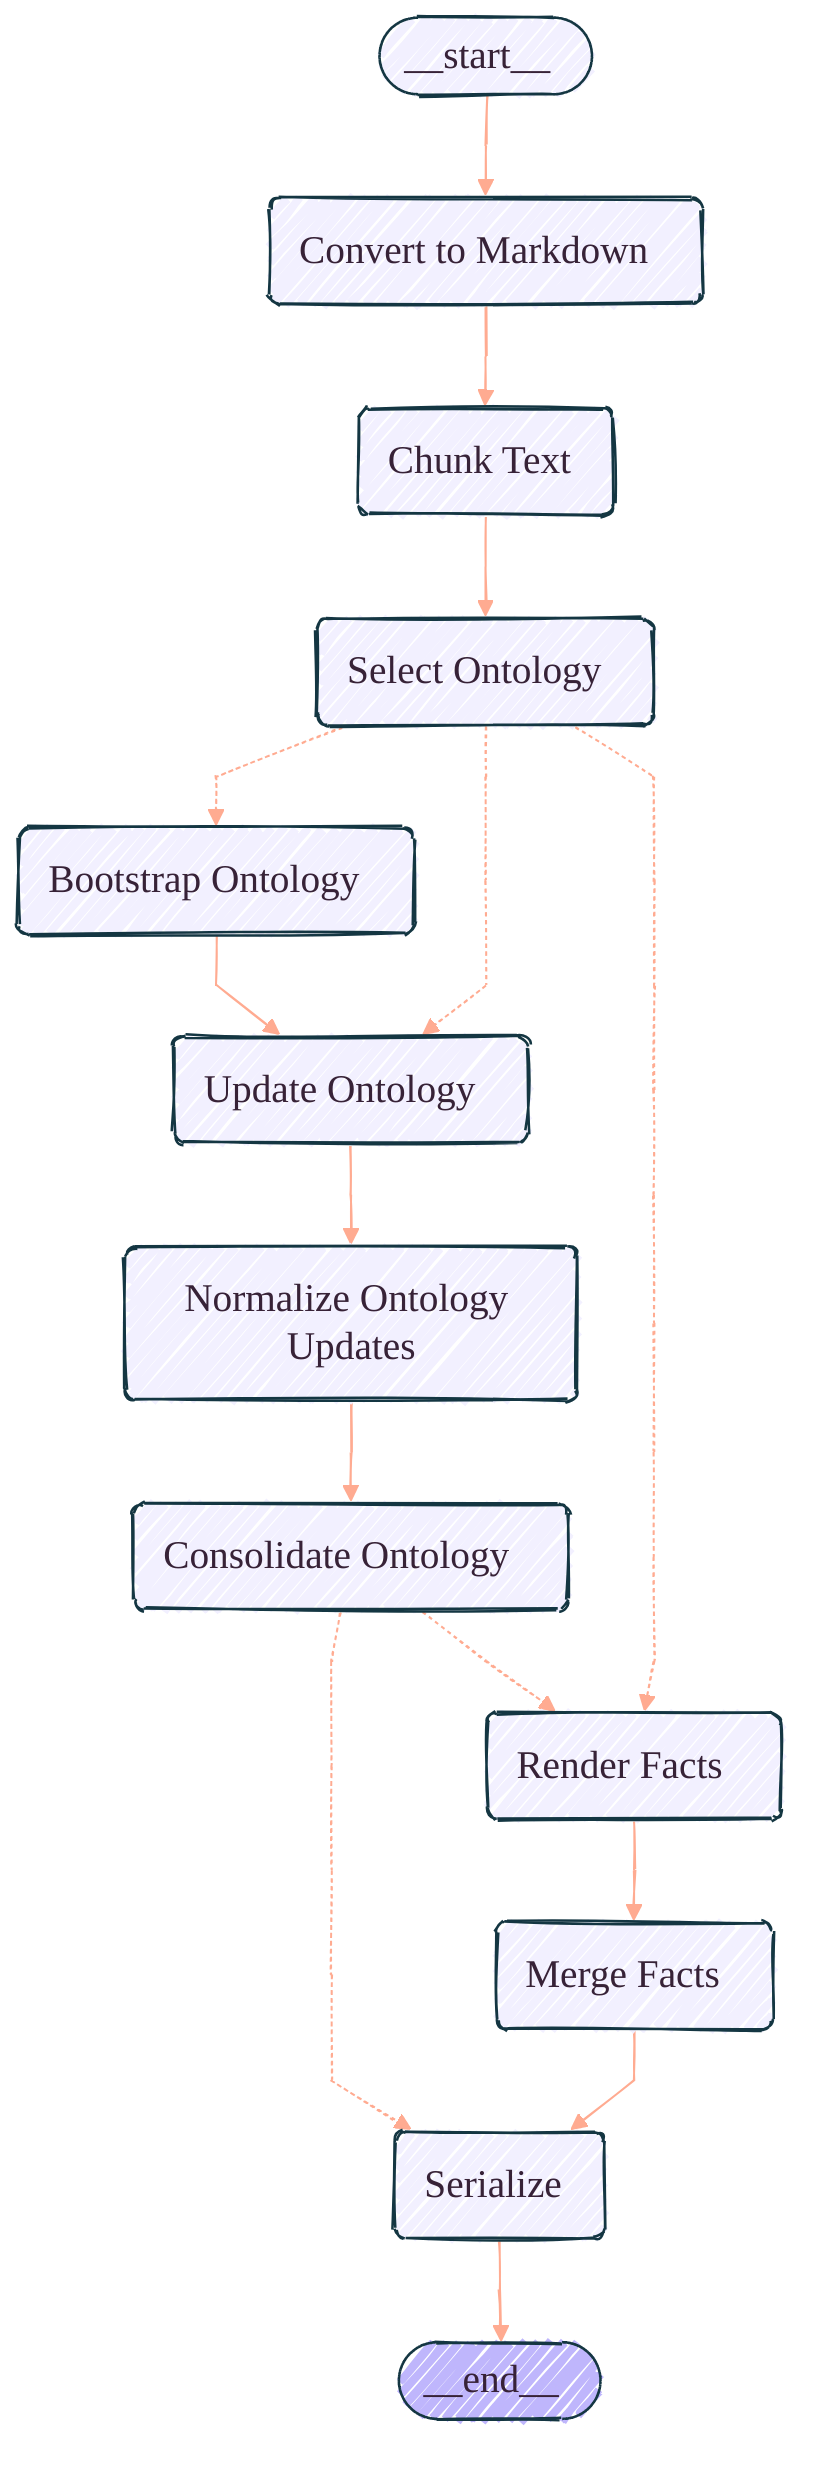
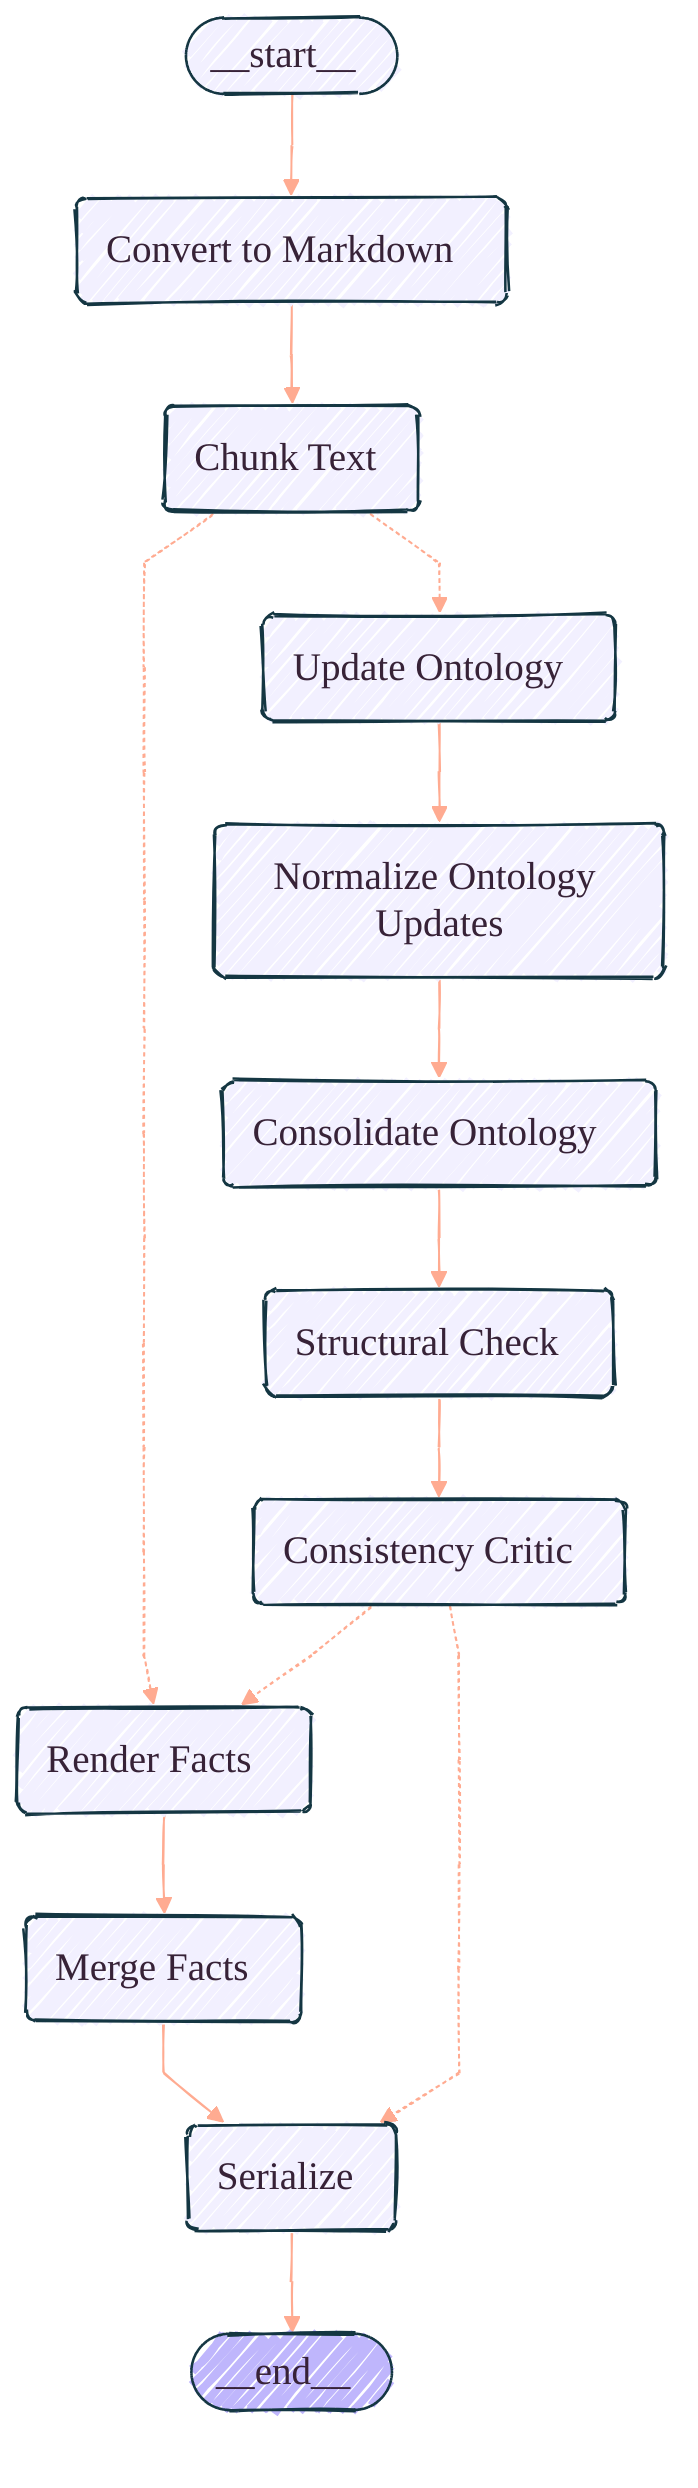
---
config:
  flowchart:
    curve: linear
    htmlLabels: true
    useMaxWidth: true
  look: handDrawn
  theme: base
  themeVariables:
    fontFamily: '''Architects Daughter'', cursive'
    fontSize: 20px
    lineColor: '#FFAB91'
    primaryBorderColor: '#143642'
    primaryColor: '#FFF3E0'
    primaryTextColor: '#372237'
---
graph TD;
	__start__([<p>__start__</p>]):::first
	Convert\20to\20Markdown(Convert to Markdown)
	Chunk\20Text(Chunk Text)
- 	Select\20Ontology(Select Ontology)
- 	Bootstrap\20Ontology(Bootstrap Ontology)
	Update\20Ontology(Update Ontology)
	Normalize\20Ontology\20Updates(Normalize Ontology Updates)
	Consolidate\20Ontology(Consolidate Ontology)
	Render\20Facts(Render Facts)
	Merge\20Facts(Merge Facts)
+ 	Structural\20Check(Structural Check)
+ 	Consistency\20Critic(Consistency Critic)
	Serialize(Serialize)
	__end__([<p>__end__</p>]):::last
- 	Bootstrap\20Ontology --> Update\20Ontology;
- 	Chunk\20Text --> Select\20Ontology;
- 	Consolidate\20Ontology -.-> Render\20Facts;
- 	Consolidate\20Ontology -.-> Serialize;
+ 	Chunk\20Text -.-> Render\20Facts;
+ 	Chunk\20Text -.-> Update\20Ontology;
+ 	Consistency\20Critic -.-> Render\20Facts;
+ 	Consistency\20Critic -.-> Serialize;
+ 	Consolidate\20Ontology --> Structural\20Check;
	Convert\20to\20Markdown --> Chunk\20Text;
	Merge\20Facts --> Serialize;
	Normalize\20Ontology\20Updates --> Consolidate\20Ontology;
	Render\20Facts --> Merge\20Facts;
- 	Select\20Ontology -.-> Bootstrap\20Ontology;
- 	Select\20Ontology -.-> Render\20Facts;
- 	Select\20Ontology -.-> Update\20Ontology;
+ 	Structural\20Check --> Consistency\20Critic;
	Update\20Ontology --> Normalize\20Ontology\20Updates;
	__start__ --> Convert\20to\20Markdown;
	Serialize --> __end__;
	classDef default fill:#f2f0ff,line-height:1.2
	classDef first fill-opacity:0
	classDef last fill:#bfb6fc
